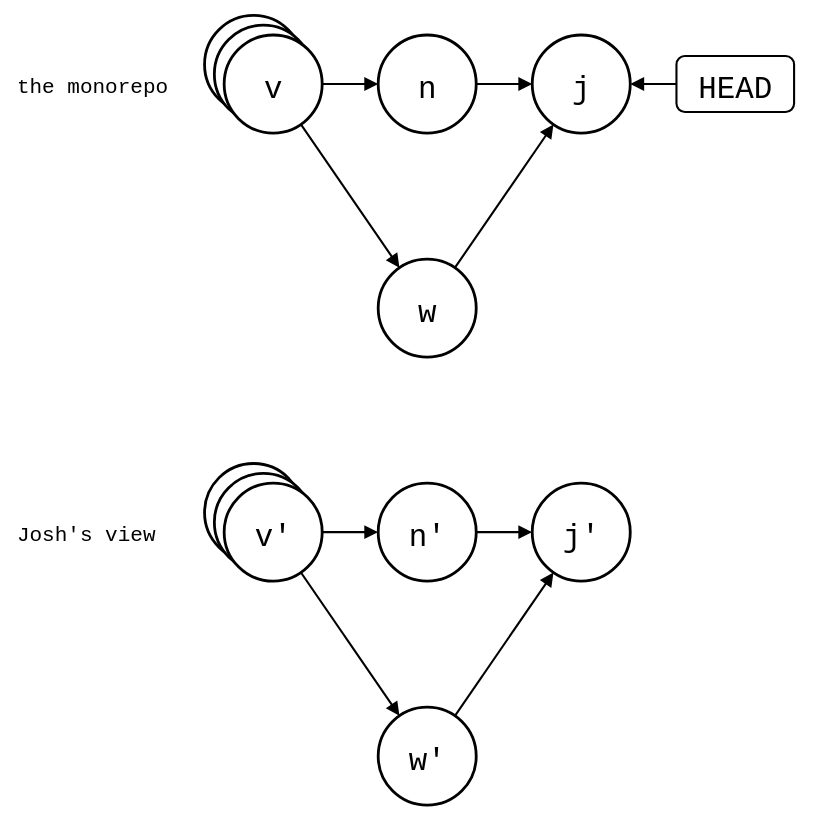
Above: docs/05-comparisons/02-third-party/josh-both-moved.drawio.svg in roschaefer/git-splice (draw.io), before the change. Source tidied: cells renumbered, new cells last; positions are measured from the earlier drawing's top-left corner, leaving out a move shared by most shapes.
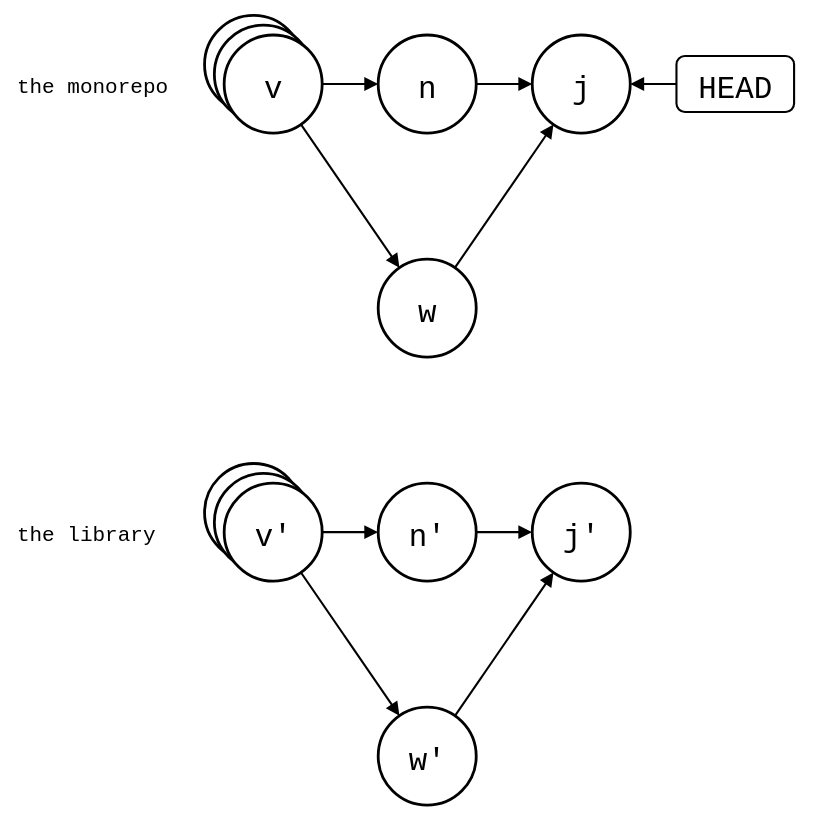
Later version of the same file.

Commit message:
docs(comparisons): show the library under each Josh monorepo drawing

Change to the diagram source:
```diff
@@ -41,7 +41,7 @@
     <mxCell id="14" style="endArrow=block;endFill=1;html=1;strokeWidth=1.5;rounded=0;" parent="1" edge="1" source="8" target="7">
       <mxGeometry relative="1" as="geometry" />
     </mxCell>
-    <mxCell id="15" value="Josh's view" style="text;strokeColor=none;fillColor=none;align=left;verticalAlign=middle;fontSize=15;fontFamily=Roboto Mono,monospace;" parent="1" vertex="1">
+    <mxCell id="15" value="the library" style="text;strokeColor=none;fillColor=none;align=left;verticalAlign=middle;fontSize=15;fontFamily=Roboto Mono,monospace;" parent="1" vertex="1">
       <mxGeometry y="354" width="130" height="30" as="geometry" />
     </mxCell>
     <mxCell id="16" style="shape=ellipse;strokeWidth=2;fontSize=22;fontFamily=Roboto Mono,monospace;" parent="1" vertex="1">
```
